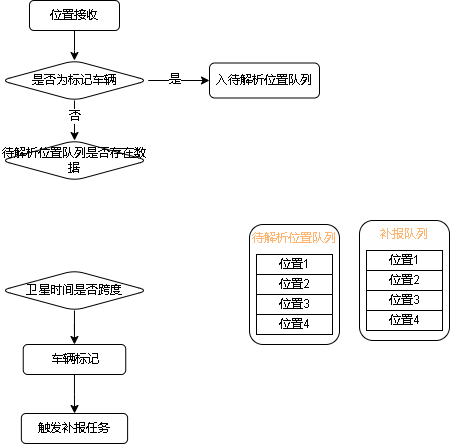
The draw.io diagram 809数据跨度.drawio.png in xktder/draw, before a commit. Source tidied: cells renumbered, new cells last; positions are measured from the earlier drawing's top-left corner, leaving out a move shared by most shapes.
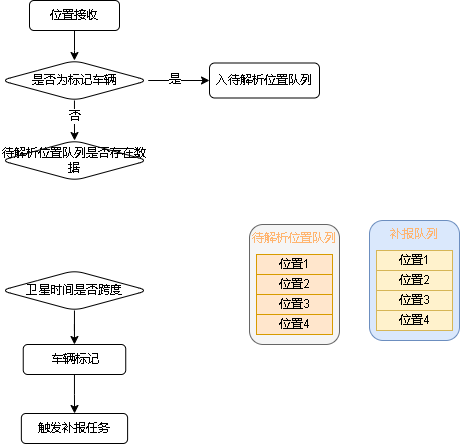
The same diagram one commit later.

Commit message:
更新809数据跨度.drawio.png

Diff of the diagram source:
```diff
@@ -47,37 +47,37 @@
     <mxCell id="16" style="group;" parent="1" vertex="1">
       <mxGeometry x="249" y="224" width="90" height="120" as="geometry" />
     </mxCell>
-    <mxCell id="17" value="&lt;font color=&quot;#ffb570&quot;&gt;待解析位置队列&lt;/font&gt;" style="rounded=1;whiteSpace=wrap;html=1;verticalAlign=top;" parent="16" vertex="1">
+    <mxCell id="17" value="&lt;font color=&quot;#ffb570&quot;&gt;待解析位置队列&lt;/font&gt;" style="rounded=1;whiteSpace=wrap;html=1;verticalAlign=top;fillColor=#f5f5f5;fontColor=#333333;strokeColor=#666666;" parent="16" vertex="1">
       <mxGeometry width="90" height="120" as="geometry" />
     </mxCell>
-    <mxCell id="18" value="&lt;font color=&quot;#000000&quot;&gt;位置1&lt;/font&gt;" style="rounded=0;whiteSpace=wrap;html=1;fontColor=#FFB570;" parent="16" vertex="1">
+    <mxCell id="18" value="&lt;font color=&quot;#000000&quot;&gt;位置1&lt;/font&gt;" style="rounded=0;whiteSpace=wrap;html=1;fillColor=#ffe6cc;strokeColor=#d79b00;" parent="16" vertex="1">
       <mxGeometry x="7" y="30" width="76" height="20" as="geometry" />
     </mxCell>
-    <mxCell id="19" value="&lt;font color=&quot;#000000&quot;&gt;位置2&lt;/font&gt;" style="rounded=0;whiteSpace=wrap;html=1;fontColor=#FFB570;" parent="16" vertex="1">
+    <mxCell id="19" value="&lt;font color=&quot;#000000&quot;&gt;位置2&lt;/font&gt;" style="rounded=0;whiteSpace=wrap;html=1;fillColor=#ffe6cc;strokeColor=#d79b00;" parent="16" vertex="1">
       <mxGeometry x="7" y="50" width="76" height="20" as="geometry" />
     </mxCell>
-    <mxCell id="20" value="&lt;font color=&quot;#000000&quot;&gt;位置3&lt;/font&gt;" style="rounded=0;whiteSpace=wrap;html=1;fontColor=#FFB570;" parent="16" vertex="1">
+    <mxCell id="20" value="&lt;font color=&quot;#000000&quot;&gt;位置3&lt;/font&gt;" style="rounded=0;whiteSpace=wrap;html=1;fillColor=#ffe6cc;strokeColor=#d79b00;" parent="16" vertex="1">
       <mxGeometry x="7" y="70" width="76" height="20" as="geometry" />
     </mxCell>
-    <mxCell id="21" value="&lt;font color=&quot;#000000&quot;&gt;位置4&lt;/font&gt;" style="rounded=0;whiteSpace=wrap;html=1;fontColor=#FFB570;" parent="16" vertex="1">
+    <mxCell id="21" value="&lt;font color=&quot;#000000&quot;&gt;位置4&lt;/font&gt;" style="rounded=0;whiteSpace=wrap;html=1;fillColor=#ffe6cc;strokeColor=#d79b00;" parent="16" vertex="1">
       <mxGeometry x="7" y="90" width="76" height="20" as="geometry" />
     </mxCell>
     <mxCell id="22" style="group;" parent="1" vertex="1">
-      <mxGeometry x="359" y="220" width="90" height="120" as="geometry" />
+      <mxGeometry x="369" y="220" width="90" height="120" as="geometry" />
     </mxCell>
-    <mxCell id="23" value="&lt;font color=&quot;#ffb570&quot;&gt;补报队列&lt;/font&gt;" style="rounded=1;whiteSpace=wrap;html=1;verticalAlign=top;" parent="22" vertex="1">
+    <mxCell id="23" value="&lt;font color=&quot;#ffb570&quot;&gt;补报队列&lt;/font&gt;" style="rounded=1;whiteSpace=wrap;html=1;verticalAlign=top;fillColor=#dae8fc;strokeColor=#6c8ebf;" parent="22" vertex="1">
       <mxGeometry width="90" height="120" as="geometry" />
     </mxCell>
-    <mxCell id="24" value="&lt;font color=&quot;#000000&quot;&gt;位置1&lt;/font&gt;" style="rounded=0;whiteSpace=wrap;html=1;fontColor=#FFB570;" parent="22" vertex="1">
+    <mxCell id="24" value="&lt;font color=&quot;#000000&quot;&gt;位置1&lt;/font&gt;" style="rounded=0;whiteSpace=wrap;html=1;fillColor=#fff2cc;strokeColor=#d6b656;" parent="22" vertex="1">
       <mxGeometry x="7" y="30" width="76" height="20" as="geometry" />
     </mxCell>
-    <mxCell id="25" value="&lt;font color=&quot;#000000&quot;&gt;位置2&lt;/font&gt;" style="rounded=0;whiteSpace=wrap;html=1;fontColor=#FFB570;" parent="22" vertex="1">
+    <mxCell id="25" value="&lt;font color=&quot;#000000&quot;&gt;位置2&lt;/font&gt;" style="rounded=0;whiteSpace=wrap;html=1;fillColor=#fff2cc;strokeColor=#d6b656;" parent="22" vertex="1">
       <mxGeometry x="7" y="50" width="76" height="20" as="geometry" />
     </mxCell>
-    <mxCell id="26" value="&lt;font color=&quot;#000000&quot;&gt;位置3&lt;/font&gt;" style="rounded=0;whiteSpace=wrap;html=1;fontColor=#FFB570;" parent="22" vertex="1">
+    <mxCell id="26" value="&lt;font color=&quot;#000000&quot;&gt;位置3&lt;/font&gt;" style="rounded=0;whiteSpace=wrap;html=1;fillColor=#fff2cc;strokeColor=#d6b656;" parent="22" vertex="1">
       <mxGeometry x="7" y="70" width="76" height="20" as="geometry" />
     </mxCell>
-    <mxCell id="27" value="&lt;font color=&quot;#000000&quot;&gt;位置4&lt;/font&gt;" style="rounded=0;whiteSpace=wrap;html=1;fontColor=#FFB570;" parent="22" vertex="1">
+    <mxCell id="27" value="&lt;font color=&quot;#000000&quot;&gt;位置4&lt;/font&gt;" style="rounded=0;whiteSpace=wrap;html=1;fillColor=#fff2cc;strokeColor=#d6b656;" parent="22" vertex="1">
       <mxGeometry x="7" y="90" width="76" height="20" as="geometry" />
     </mxCell>
   </root>
```
